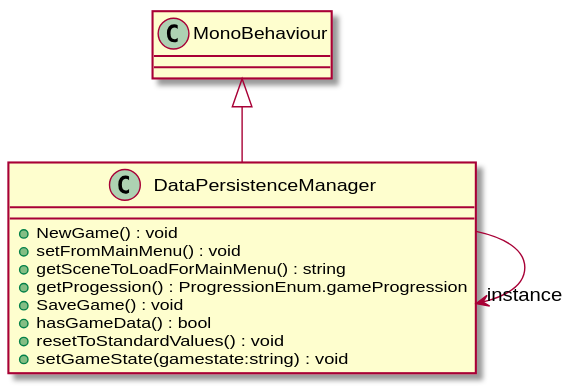
robinsuurs/Mallow_Mysterie keeps this PlantUML diagram as UML/SaveAndLoad/DataPersistenceManager.svg. Above is the earlier version.
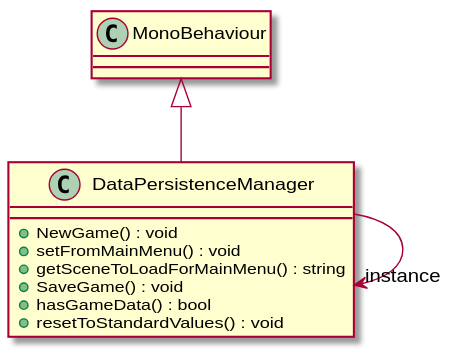
Above is the later version.

Change to the diagram source:
```diff
@@ -3,11 +3,9 @@
     + NewGame() : void
     + setFromMainMenu() : void
     + getSceneToLoadForMainMenu() : string
-    + getProgession() : ProgressionEnum.gameProgression
     + SaveGame() : void
     + hasGameData() : bool
     + resetToStandardValues() : void
-    + setGameState(gamestate:string) : void
 }
 MonoBehaviour <|-- DataPersistenceManager
 DataPersistenceManager --> "instance" DataPersistenceManager
```
